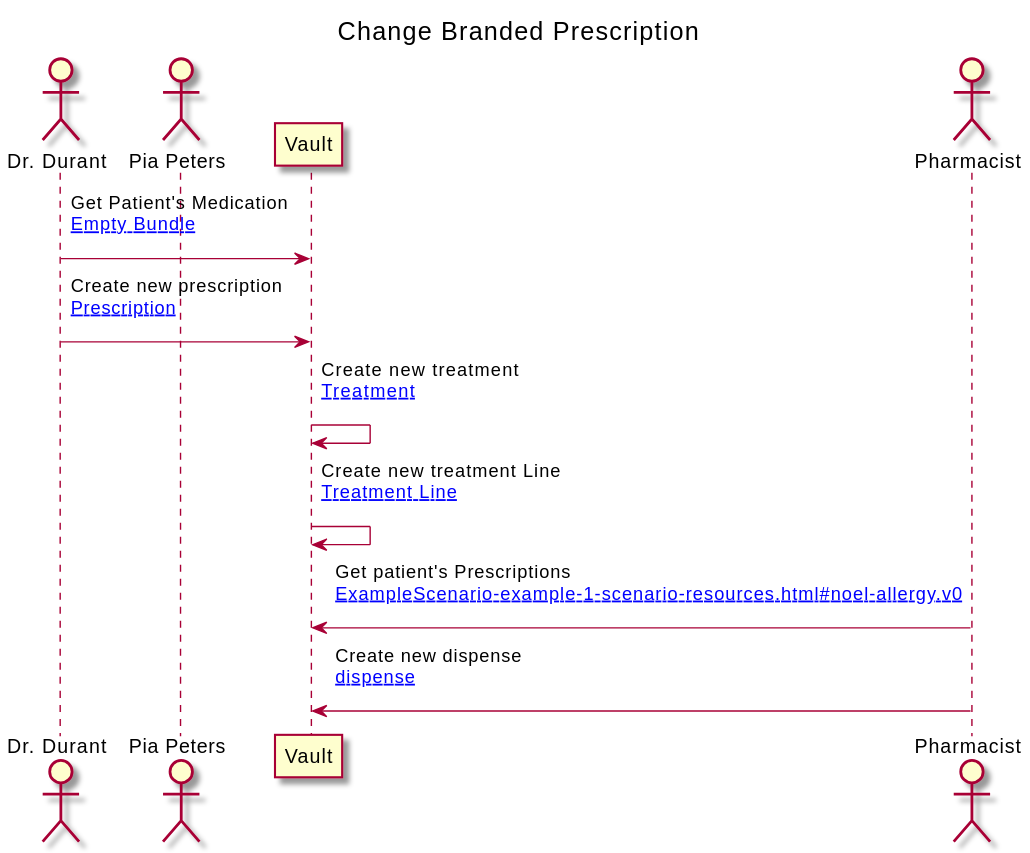
This is branches/master/ExampleScenario-example-1-scenario.svg from costateixeira/hl7-be-fhir-medication, a PlantUML export, as it was before one commit.
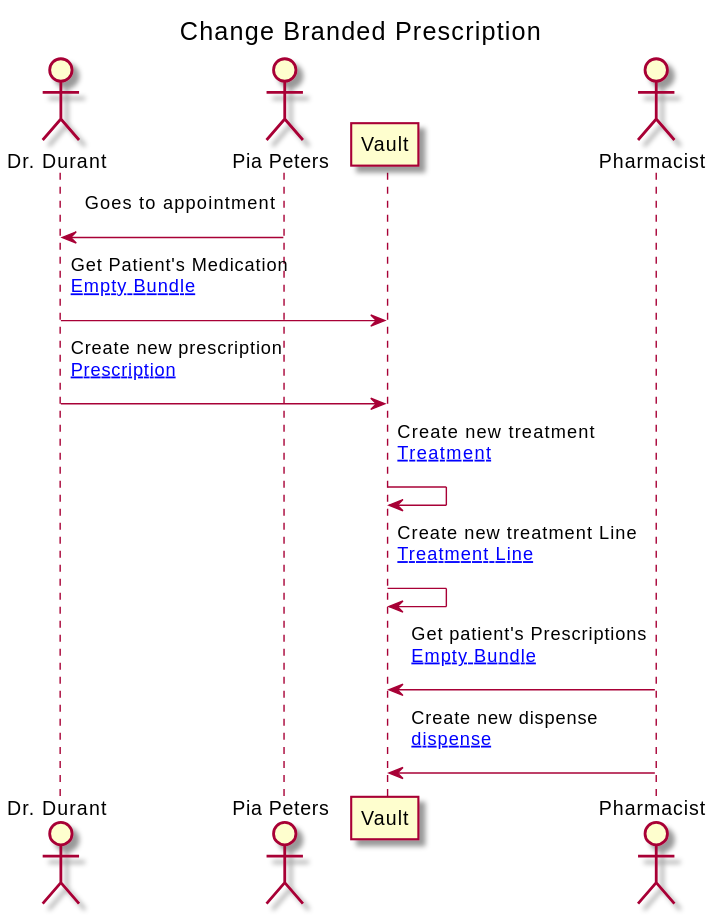
Above is the later version.

What changed in the source:
```diff
@@ -12,11 +12,12 @@
 
 
 
+    PATIENT-> GP : Goes to appointment\n
     GP-> VAULT : Get Patient's Medication\n[[ExampleScenario-example-1-scenario-resources.html#EB Empty Bundle]]\n
     GP-> VAULT : Create new prescription\n[[ExampleScenario-example-1-scenario-resources.html#New Prescription]]\n
     VAULT-> VAULT : Create new treatment\n[[ExampleScenario-example-1-scenario-resources.html#New Treatment]]\n
     VAULT-> VAULT : Create new treatment Line\n[[ExampleScenario-example-1-scenario-resources.html#New Treatment Line]]\n
-    PHARM-> VAULT : Get patient's Prescriptions\n[[ExampleScenario-example-1-scenario-resources.html#noel-allergy.v0 ]]\n
+    PHARM-> VAULT : Get patient's Prescriptions\n[[ExampleScenario-example-1-scenario-resources.html#EB Empty Bundle]]\n
     PHARM-> VAULT : Create new dispense\n[[ExampleScenario-example-1-scenario-resources.html#New dispense]]\n
 
 
```
